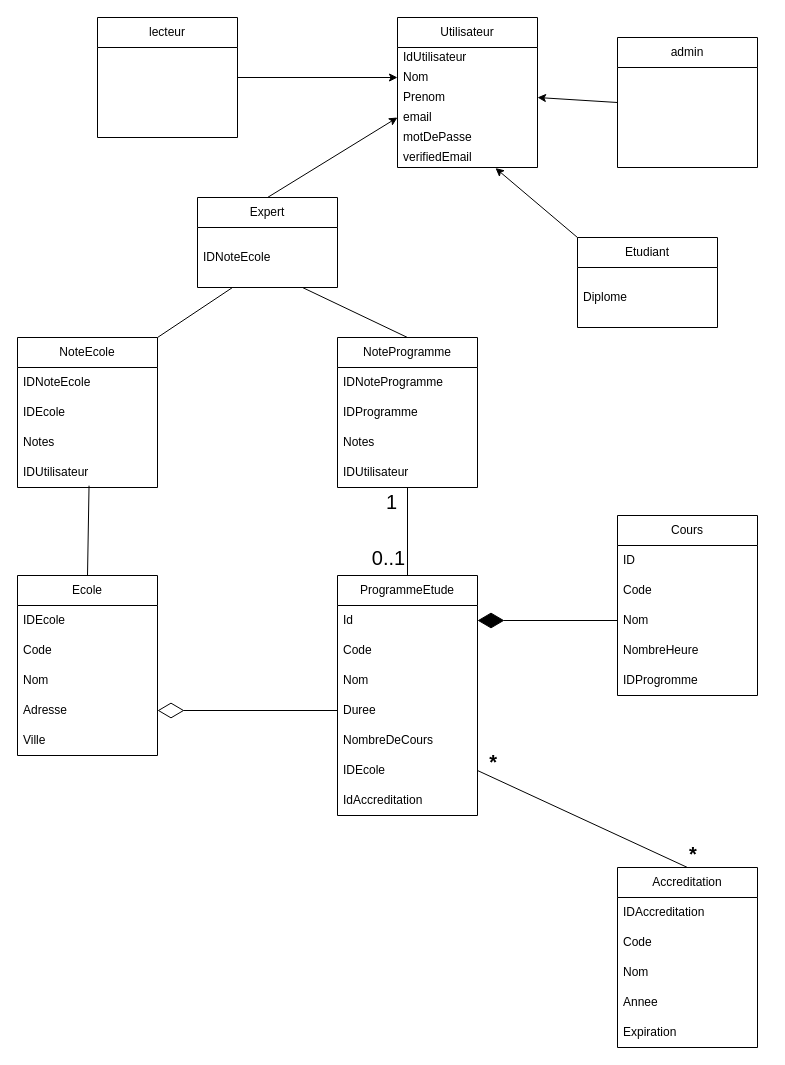
Above: analyse/drawio/ClassDiagram.drawio in ibrahima-isi/meet-student (draw.io), before the change. Source tidied: cells renumbered, new cells numbered last; positions are measured from the earlier drawing's top-left corner, leaving out a move shared by most shapes. Both pictures are drawn from the tidied source at 100%, with x=0, y=0 at pixel (17, 17).
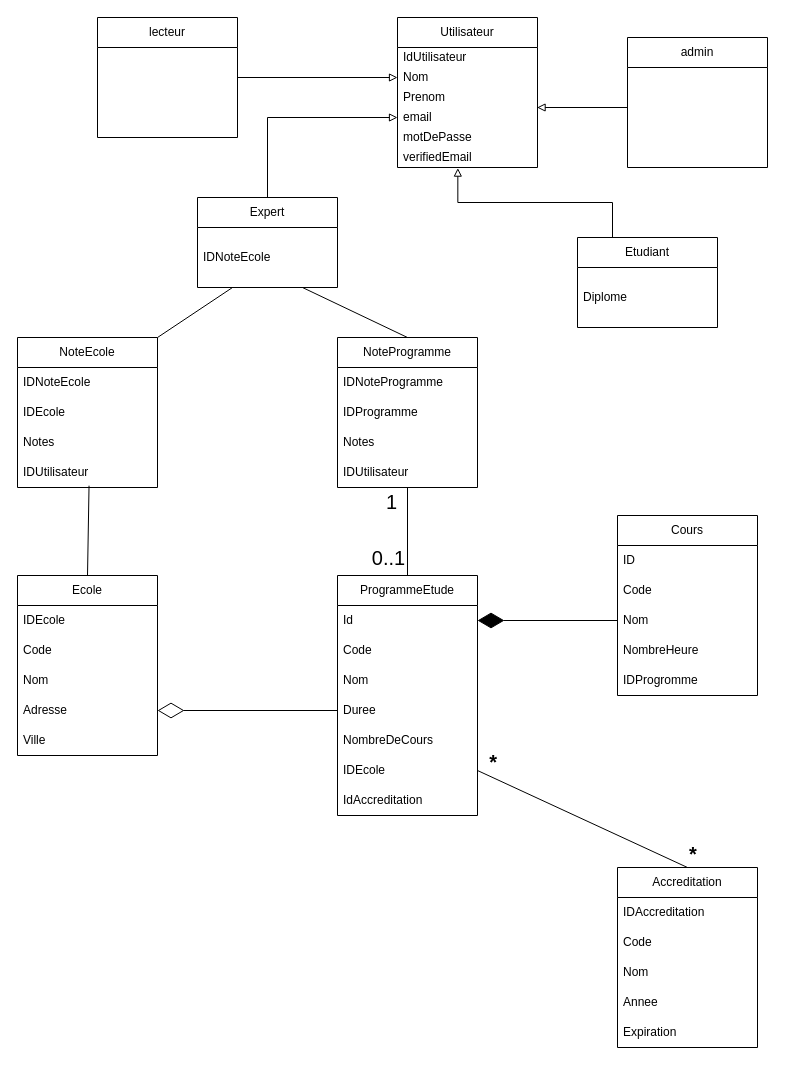
After the change.

Unchanged cells that the change refers to:
```xml
<mxCell id="4" value="Nom" style="text;strokeColor=none;fillColor=none;align=left;verticalAlign=middle;spacingLeft=4;spacingRight=4;overflow=hidden;points=[[0,0.5],[1,0.5]];portConstraint=eastwest;whiteSpace=wrap;html=1;" parent="2" vertex="1">
  <mxGeometry y="50" width="140" height="20" as="geometry" />
</mxCell>
<mxCell id="5" value="Prenom" style="text;strokeColor=none;fillColor=none;align=left;verticalAlign=middle;spacingLeft=4;spacingRight=4;overflow=hidden;points=[[0,0.5],[1,0.5]];portConstraint=eastwest;whiteSpace=wrap;html=1;" parent="2" vertex="1">
  <mxGeometry y="70" width="140" height="20" as="geometry" />
</mxCell>
<mxCell id="6" value="email" style="text;strokeColor=none;fillColor=none;align=left;verticalAlign=middle;spacingLeft=4;spacingRight=4;overflow=hidden;points=[[0,0.5],[1,0.5]];portConstraint=eastwest;whiteSpace=wrap;html=1;" parent="2" vertex="1">
  <mxGeometry y="90" width="140" height="20" as="geometry" />
</mxCell>
<mxCell id="8" value="verifiedEmail" style="text;strokeColor=none;fillColor=none;align=left;verticalAlign=middle;spacingLeft=4;spacingRight=4;overflow=hidden;points=[[0,0.5],[1,0.5]];portConstraint=eastwest;whiteSpace=wrap;html=1;" parent="2" vertex="1">
  <mxGeometry y="130" width="140" height="20" as="geometry" />
</mxCell>
<mxCell id="54" value="Etudiant" style="swimlane;fontStyle=0;horizontal=1;startSize=30;whiteSpace=wrap;html=1;" parent="1" vertex="1">
  <mxGeometry x="560" y="220" width="140" height="90" as="geometry" />
</mxCell>
<mxCell id="57" value="lecteur" style="swimlane;fontStyle=0;horizontal=1;startSize=30;whiteSpace=wrap;html=1;" parent="1" vertex="1">
  <mxGeometry x="80" width="140" height="120" as="geometry" />
</mxCell>
<mxCell id="58" value="Expert" style="swimlane;fontStyle=0;horizontal=1;startSize=30;whiteSpace=wrap;html=1;" parent="1" vertex="1">
  <mxGeometry x="180" y="180" width="140" height="90" as="geometry" />
</mxCell>
```

The edit, as a diff of the source:
```diff
@@
-    <mxCell id="56" style="edgeStyle=orthogonalEdgeStyle;rounded=0;jettySize=auto;html=1;exitX=1;exitY=0.5;exitDx=0;exitDy=0;entryX=0;entryY=0.5;entryDx=0;entryDy=0;" parent="1" edge="1" source="57" target="4">
-      <mxGeometry relative="1" as="geometry" />
-    </mxCell>
@@
     <mxCell id="60" value="admin" style="swimlane;fontStyle=0;horizontal=1;startSize=30;whiteSpace=wrap;html=1;" parent="1" vertex="1">
-      <mxGeometry x="600" y="20" width="140" height="130" as="geometry" />
+      <mxGeometry x="610" y="20" width="140" height="130" as="geometry" />
     </mxCell>
-    <mxCell id="61" style="endArrow=classic;html=1;rounded=0;exitX=0;exitY=0.5;exitDx=0;exitDy=0;entryX=1;entryY=0.5;entryDx=0;entryDy=0;" parent="1" edge="1" source="60" target="5">
-      <mxGeometry relative="1" as="geometry" />
-    </mxCell>
@@
+    <mxCell id="66" style="endArrow=block;html=1;endFill=0;edgeStyle=elbowEdgeStyle;elbow=vertical;rounded=0;exitX=0.5;exitY=0;exitDx=0;exitDy=0;entryX=0;entryY=0.5;entryDx=0;entryDy=0;" parent="1" edge="1" source="58" target="6">
+      <mxGeometry relative="1" as="geometry">
+        <Array as="points">
+          <mxPoint x="260" y="100" />
+        </Array>
+      </mxGeometry>
+    </mxCell>
+    <mxCell id="56" style="endArrow=block;html=1;endFill=0;edgeStyle=elbowEdgeStyle;elbow=vertical;rounded=0;exitX=1;exitY=0.5;exitDx=0;exitDy=0;entryX=0;entryY=0.5;entryDx=0;entryDy=0;" parent="1" edge="1" source="57" target="4">
+      <mxGeometry relative="1" as="geometry" />
+    </mxCell>
+    <mxCell id="67" style="endArrow=block;html=1;endFill=0;edgeStyle=elbowEdgeStyle;elbow=vertical;rounded=0;entryX=0.997;entryY=0.03;entryDx=0;entryDy=0;entryPerimeter=0;exitX=0;exitY=0.5;exitDx=0;exitDy=0;" parent="1" edge="1" source="60" target="6">
+      <mxGeometry relative="1" as="geometry">
+        <Array as="points">
+          <mxPoint x="570" y="90" />
+        </Array>
+      </mxGeometry>
+    </mxCell>
-    <mxCell id="65" style="endArrow=classic;html=1;rounded=0;exitX=0;exitY=0;exitDx=0;exitDy=0;entryX=0.7;entryY=1.03;entryDx=0;entryDy=0;entryPerimeter=0;" parent="1" edge="1" source="54" target="8">
+    <mxCell id="65" style="endArrow=block;html=1;endFill=0;edgeStyle=elbowEdgeStyle;elbow=vertical;rounded=0;exitX=0.25;exitY=0;exitDx=0;exitDy=0;entryX=0.431;entryY=1.03;entryDx=0;entryDy=0;entryPerimeter=0;" parent="1" edge="1" source="54" target="8">
       <mxGeometry relative="1" as="geometry" />
     </mxCell>
-    <mxCell id="66" style="endArrow=classic;html=1;rounded=0;exitX=0.5;exitY=0;exitDx=0;exitDy=0;entryX=0;entryY=0.5;entryDx=0;entryDy=0;" parent="1" edge="1" source="58" target="6">
-      <mxGeometry relative="1" as="geometry" />
-    </mxCell>
```
